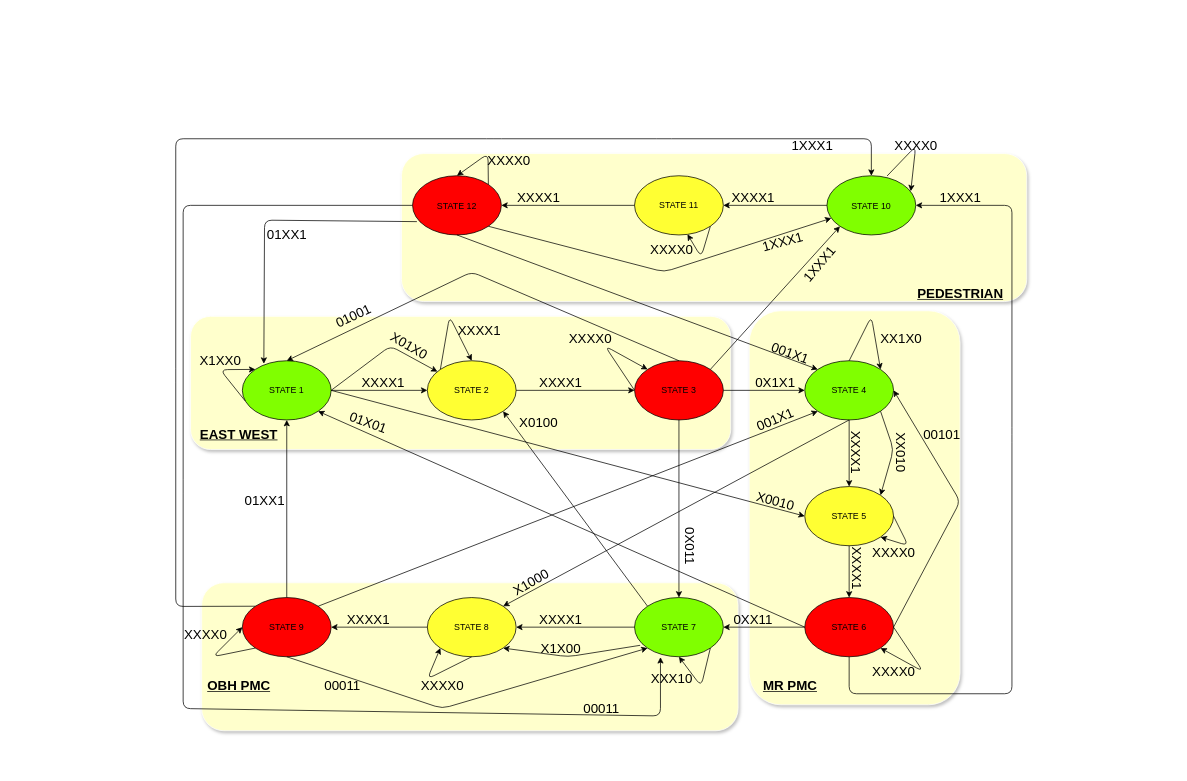
This is kaalrav/state.drawio from Rohan7Gupta/controller_kalraav, a draw.io file, before an edit. Source tidied: cells renumbered, new cells numbered last; positions are measured from the earlier drawing's top-left corner, leaving out a move shared by most shapes. Both pictures are drawn from the tidied source at 74%, with x=0, y=0 at pixel (175, 131).
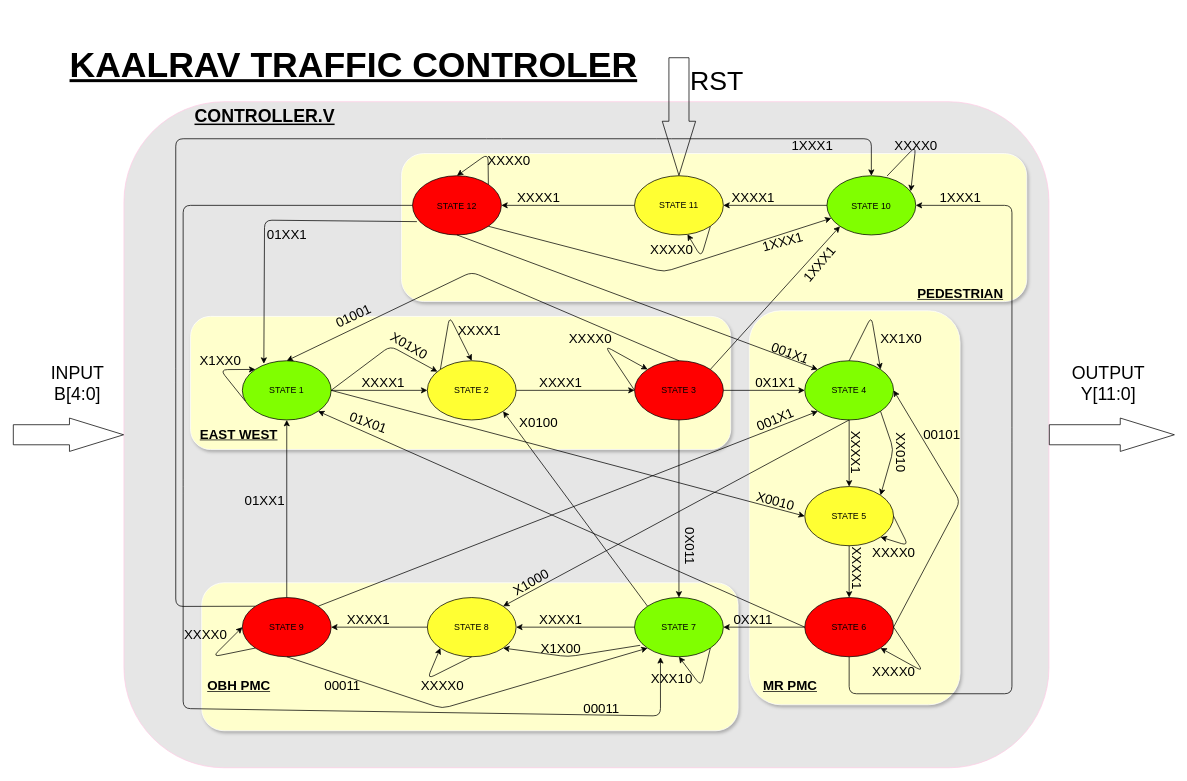
After the change.

The change refers to these unchanged cells:
```xml
<mxCell id="47" value="STATE 11" style="ellipse;whiteSpace=wrap;html=1;fillColor=#FFFF33;" parent="1" vertex="1">
  <mxGeometry x="620" y="60" width="120" height="80" as="geometry" />
</mxCell>
```

What changed in the source:
```diff
@@
+    <mxCell id="106" style="rounded=1;whiteSpace=wrap;html=1;fontSize=36;strokeColor=#FFCCE6;fillColor=#E6E6E6;" parent="1" vertex="1">
+      <mxGeometry x="-70" y="-40" width="1250" height="900" as="geometry" />
+    </mxCell>
@@
+    <mxCell id="107" style="shape=flexArrow;endArrow=classic;html=1;entryX=0.5;entryY=0;entryDx=0;entryDy=0;width=27.142857142857146;endSize=24.04285714285714;endWidth=16.938775510204078;" parent="1" edge="1" target="47">
+      <mxGeometry relative="1" as="geometry">
+        <mxPoint x="680" y="-100" as="sourcePoint" />
+      </mxGeometry>
+    </mxCell>
+    <mxCell id="108" value="&lt;span style=&quot;font-size: 36px;&quot;&gt;RST&lt;/span&gt;" style="edgeLabel;html=1;align=center;verticalAlign=middle;" parent="107" vertex="1">
+      <mxGeometry x="-0.28" y="5" relative="1" as="geometry">
+        <mxPoint x="45" y="-28" as="offset" />
+      </mxGeometry>
+    </mxCell>
+    <mxCell id="109" style="shape=flexArrow;endArrow=classic;html=1;entryX=0;entryY=0.5;entryDx=0;entryDy=0;width=27.142857142857146;endSize=24.04285714285714;endWidth=16.938775510204078;" parent="1" edge="1" target="106">
+      <mxGeometry relative="1" as="geometry">
+        <mxPoint x="-220" y="410" as="sourcePoint" />
+      </mxGeometry>
+    </mxCell>
+    <mxCell id="110" value="&lt;font style=&quot;font-size: 24px;&quot;&gt;INPUT&lt;br&gt;B[4:0]&lt;br&gt;&lt;/font&gt;" style="edgeLabel;html=1;align=center;verticalAlign=middle;" parent="109" vertex="1">
+      <mxGeometry x="-0.28" y="5" relative="1" as="geometry">
+        <mxPoint x="32" y="-65" as="offset" />
+      </mxGeometry>
+    </mxCell>
+    <mxCell id="111" style="shape=flexArrow;endArrow=classic;html=1;width=27.142857142857146;endSize=24.04285714285714;endWidth=16.938775510204078;exitX=1;exitY=0.5;exitDx=0;exitDy=0;" parent="1" edge="1" source="106">
+      <mxGeometry relative="1" as="geometry">
+        <mxPoint x="1350" y="410" as="targetPoint" />
+      </mxGeometry>
+    </mxCell>
+    <mxCell id="112" value="&lt;font style=&quot;font-size: 24px;&quot;&gt;OUTPUT&lt;br&gt;Y[11:0]&lt;/font&gt;" style="edgeLabel;html=1;align=center;verticalAlign=middle;" parent="111" vertex="1">
+      <mxGeometry x="-0.28" y="5" relative="1" as="geometry">
+        <mxPoint x="18" y="-65" as="offset" />
+      </mxGeometry>
+    </mxCell>
+    <mxCell id="113" value="&lt;h1&gt;&lt;b&gt;&lt;u&gt;KAALRAV TRAFFIC CONTROLER&lt;/u&gt;&lt;/b&gt;&lt;/h1&gt;" style="text;html=1;align=center;verticalAlign=middle;strokeColor=none;fillColor=none;fontSize=24;" parent="1" vertex="1">
+      <mxGeometry x="-155" y="-160" width="790" height="140" as="geometry" />
+    </mxCell>
+    <mxCell id="114" value="&lt;b&gt;&lt;u&gt;CONTROLLER.V&lt;/u&gt;&lt;/b&gt;" style="text;html=1;align=center;verticalAlign=middle;strokeColor=none;fillColor=none;fontSize=24;" parent="1" vertex="1">
+      <mxGeometry x="15" y="-40" width="210" height="40" as="geometry" />
+    </mxCell>
```
